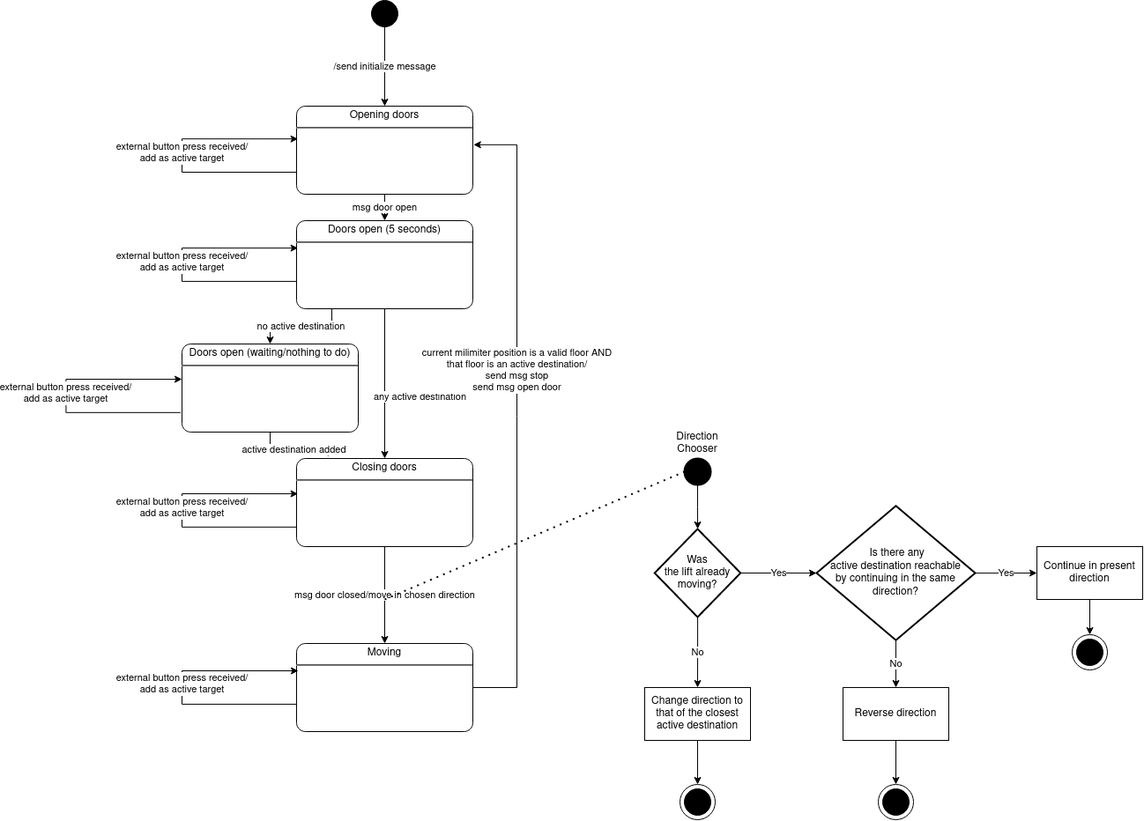
Earlier version of the draw.io export arquitetura/Thread LiftN.png (rardiol/P2020_02_embarcados_final). Source tidied: cells renumbered, new cells last; positions are measured from the earlier drawing's top-left corner, leaving out a move shared by most shapes.
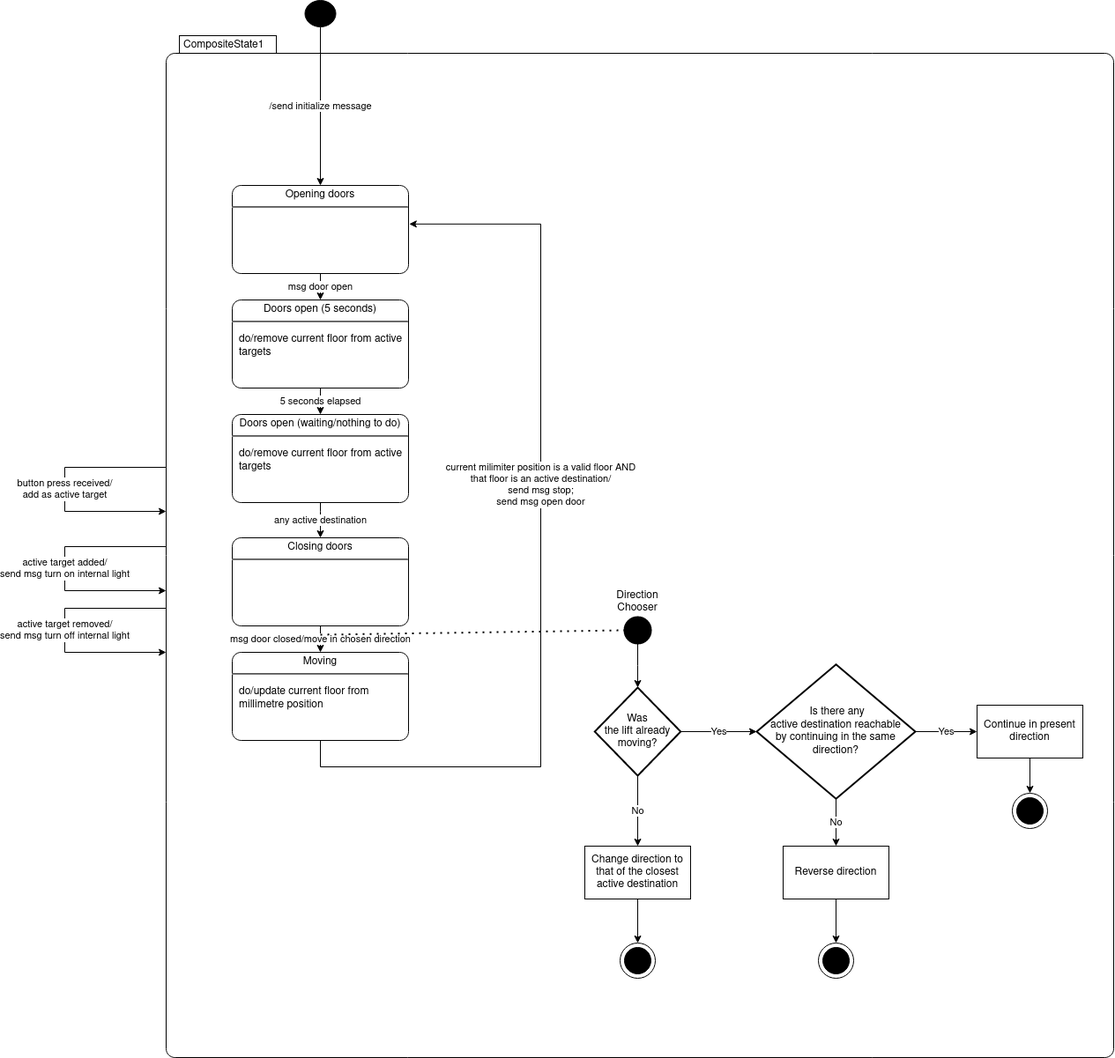
Above is the later version.

The edit, as a diff of the source:
```diff
@@ -2,106 +2,73 @@
   <root>
     <mxCell id="0" />
     <mxCell id="1" parent="0" />
+    <mxCell id="38" value="&lt;div&gt;button press received/&lt;/div&gt;&lt;div&gt;add as active target&lt;/div&gt;" style="edgeStyle=orthogonalEdgeStyle;rounded=0;jettySize=auto;html=1;" parent="1" edge="1" source="39">
+      <mxGeometry relative="1" as="geometry">
+        <mxPoint x="182" y="400" as="targetPoint" />
+        <Array as="points">
+          <mxPoint x="67" y="350" />
+          <mxPoint x="67" y="400" />
+        </Array>
+      </mxGeometry>
+    </mxCell>
+    <mxCell id="39" value="CompositeState1" style="shape=mxgraph.sysml.compState;html=1;align=left;verticalAlign=top;spacingTop=-3;spacingLeft=18;" parent="1" vertex="1">
+      <mxGeometry x="182" y="-140" width="1075" height="1160" as="geometry" />
+    </mxCell>
     <mxCell id="2" value="msg door open" style="edgeStyle=orthogonalEdgeStyle;rounded=0;jettySize=auto;html=1;entryX=0.5;entryY=0;entryDx=0;entryDy=0;entryPerimeter=0;" parent="1" edge="1" source="3" target="8">
       <mxGeometry relative="1" as="geometry" />
     </mxCell>
     <mxCell id="3" value="&lt;p style=&quot;margin: 0px ; margin-top: 4px ; text-align: center&quot;&gt;Opening doors&lt;br&gt;&lt;/p&gt;&lt;hr&gt;&lt;p&gt;&lt;/p&gt;&lt;p style=&quot;margin: 0px ; margin-left: 8px ; text-align: left&quot;&gt;&lt;br&gt;&lt;/p&gt;" style="shape=mxgraph.sysml.simpleState;html=1;overflow=fill;whiteSpace=wrap;align=center;" parent="1" vertex="1">
-      <mxGeometry x="262" y="120" width="200" height="100" as="geometry" />
+      <mxGeometry x="257" y="30" width="200" height="100" as="geometry" />
     </mxCell>
     <mxCell id="4" value="msg door closed/move in chosen direction" style="edgeStyle=orthogonalEdgeStyle;rounded=0;jettySize=auto;html=1;" parent="1" edge="1" source="5" target="12">
       <mxGeometry relative="1" as="geometry" />
     </mxCell>
     <mxCell id="5" value="&lt;p style=&quot;margin: 0px ; margin-top: 4px ; text-align: center&quot;&gt;Closing doors&lt;br&gt;&lt;/p&gt;&lt;hr&gt;&lt;p&gt;&lt;/p&gt;&lt;p style=&quot;margin: 0px ; margin-left: 8px ; text-align: left&quot;&gt;&lt;br&gt;&lt;/p&gt;" style="shape=mxgraph.sysml.simpleState;html=1;overflow=fill;whiteSpace=wrap;align=center;" parent="1" vertex="1">
-      <mxGeometry x="262" y="520" width="200" height="100" as="geometry" />
+      <mxGeometry x="257" y="430" width="200" height="100" as="geometry" />
     </mxCell>
-    <mxCell id="6" value="no active destination" style="edgeStyle=orthogonalEdgeStyle;rounded=0;jettySize=auto;html=1;" parent="1" edge="1" source="8" target="10">
+    <mxCell id="6" value="5 seconds elapsed" style="edgeStyle=orthogonalEdgeStyle;rounded=0;jettySize=auto;html=1;entryX=0.5;entryY=0;entryDx=0;entryDy=0;entryPerimeter=0;" parent="1" edge="1" source="8" target="10">
       <mxGeometry relative="1" as="geometry">
         <Array as="points">
-          <mxPoint x="302" y="370" />
-          <mxPoint x="232" y="370" />
+          <mxPoint x="357" y="290" />
+          <mxPoint x="357" y="290" />
         </Array>
       </mxGeometry>
     </mxCell>
-    <mxCell id="7" value="any active destination" style="edgeStyle=orthogonalEdgeStyle;rounded=0;jettySize=auto;html=1;entryX=0.5;entryY=0;entryDx=0;entryDy=0;entryPerimeter=0;" parent="1" edge="1" source="8" target="5">
-      <mxGeometry x="0.18" y="40" relative="1" as="geometry" />
-    </mxCell>
-    <mxCell id="8" value="&lt;p style=&quot;margin: 0px ; margin-top: 4px ; text-align: center&quot;&gt;Doors open (5 seconds)&lt;br&gt;&lt;/p&gt;&lt;hr&gt;&lt;p&gt;&lt;/p&gt;&lt;p style=&quot;margin: 0px ; margin-left: 8px ; text-align: left&quot;&gt;&lt;br&gt;&lt;/p&gt;" style="shape=mxgraph.sysml.simpleState;html=1;overflow=fill;whiteSpace=wrap;align=center;" parent="1" vertex="1">
-      <mxGeometry x="262" y="250" width="200" height="100" as="geometry" />
+    <mxCell id="8" value="&lt;p style=&quot;margin: 0px ; margin-top: 4px ; text-align: center&quot;&gt;Doors open (5 seconds)&lt;br&gt;&lt;/p&gt;&lt;hr&gt;&lt;p&gt;&lt;/p&gt;&lt;p style=&quot;margin: 0px ; margin-left: 8px ; text-align: left&quot;&gt;do/remove current floor from active targets&lt;br&gt;&lt;/p&gt;" style="shape=mxgraph.sysml.simpleState;html=1;overflow=fill;whiteSpace=wrap;align=center;" parent="1" vertex="1">
+      <mxGeometry x="257" y="160" width="200" height="100" as="geometry" />
     </mxCell>
-    <mxCell id="9" value="active destination added" style="edgeStyle=orthogonalEdgeStyle;rounded=0;jettySize=auto;html=1;entryX=0.179;entryY=-0.02;entryDx=0;entryDy=0;entryPerimeter=0;" parent="1" edge="1" source="10" target="5">
-      <mxGeometry relative="1" as="geometry" />
+    <mxCell id="9" value="any active destination" style="edgeStyle=orthogonalEdgeStyle;rounded=0;jettySize=auto;html=1;entryX=0.5;entryY=0;entryDx=0;entryDy=0;entryPerimeter=0;" parent="1" edge="1" source="10" target="5">
+      <mxGeometry relative="1" as="geometry">
+        <Array as="points">
+          <mxPoint x="357" y="400" />
+          <mxPoint x="357" y="400" />
+        </Array>
+      </mxGeometry>
     </mxCell>
-    <mxCell id="10" value="&lt;p style=&quot;margin: 0px ; margin-top: 4px ; text-align: center&quot;&gt;Doors open (waiting/nothing to do)&lt;br&gt;&lt;/p&gt;&lt;hr&gt;&lt;p&gt;&lt;/p&gt;&lt;p style=&quot;margin: 0px ; margin-left: 8px ; text-align: left&quot;&gt;&lt;br&gt;&lt;/p&gt;" style="shape=mxgraph.sysml.simpleState;html=1;overflow=fill;whiteSpace=wrap;align=center;" parent="1" vertex="1">
-      <mxGeometry x="132" y="390" width="200" height="100" as="geometry" />
+    <mxCell id="10" value="&lt;p style=&quot;margin: 0px ; margin-top: 4px ; text-align: center&quot;&gt;Doors open (waiting/nothing to do)&lt;br&gt;&lt;/p&gt;&lt;hr&gt;&lt;p&gt;&lt;/p&gt;&lt;p style=&quot;margin: 0px ; margin-left: 8px ; text-align: left&quot;&gt;do/remove current floor from active targets&lt;/p&gt;" style="shape=mxgraph.sysml.simpleState;html=1;overflow=fill;whiteSpace=wrap;align=center;" parent="1" vertex="1">
+      <mxGeometry x="257" y="290" width="200" height="100" as="geometry" />
     </mxCell>
-    <mxCell id="11" value="&lt;div&gt;current milimiter position is a valid floor AND&lt;/div&gt;&lt;div&gt; that floor is an active destination/&lt;/div&gt;&lt;div&gt;send msg stop&lt;/div&gt;&lt;div&gt;send msg open door&lt;br&gt;&lt;/div&gt;" style="edgeStyle=orthogonalEdgeStyle;rounded=0;jettySize=auto;html=1;entryX=1.004;entryY=0.438;entryDx=0;entryDy=0;entryPerimeter=0;" parent="1" edge="1" source="12" target="3">
+    <mxCell id="11" value="&lt;div&gt;current milimiter position is a valid floor AND&lt;/div&gt;&lt;div&gt; that floor is an active destination/&lt;/div&gt;&lt;div&gt;send msg stop;&lt;/div&gt;&lt;div&gt;send msg open door&lt;br&gt;&lt;/div&gt;" style="edgeStyle=orthogonalEdgeStyle;rounded=0;jettySize=auto;html=1;entryX=1.004;entryY=0.438;entryDx=0;entryDy=0;entryPerimeter=0;" parent="1" edge="1" source="12" target="3">
       <mxGeometry x="0.15" relative="1" as="geometry">
         <Array as="points">
-          <mxPoint x="512" y="780" />
-          <mxPoint x="512" y="164" />
+          <mxPoint x="357" y="690" />
+          <mxPoint x="607" y="690" />
+          <mxPoint x="607" y="74" />
         </Array>
       </mxGeometry>
     </mxCell>
-    <mxCell id="12" value="&lt;p style=&quot;margin: 0px ; margin-top: 4px ; text-align: center&quot;&gt;Moving&lt;/p&gt;&lt;hr&gt;&lt;p&gt;&lt;/p&gt;&lt;p style=&quot;margin: 0px ; margin-left: 8px ; text-align: left&quot;&gt;&lt;br&gt;&lt;/p&gt;" style="shape=mxgraph.sysml.simpleState;html=1;overflow=fill;whiteSpace=wrap;align=center;" parent="1" vertex="1">
-      <mxGeometry x="262" y="730" width="200" height="100" as="geometry" />
+    <mxCell id="12" value="&lt;p style=&quot;margin: 0px ; margin-top: 4px ; text-align: center&quot;&gt;Moving&lt;/p&gt;&lt;hr&gt;&lt;p&gt;&lt;/p&gt;&lt;p style=&quot;margin: 0px ; margin-left: 8px ; text-align: left&quot;&gt;do/update current floor from millimetre position&lt;br&gt;&lt;/p&gt;" style="shape=mxgraph.sysml.simpleState;html=1;overflow=fill;whiteSpace=wrap;align=center;" parent="1" vertex="1">
+      <mxGeometry x="257" y="560" width="200" height="100" as="geometry" />
     </mxCell>
     <mxCell id="13" value="/send initialize message" style="edgeStyle=orthogonalEdgeStyle;rounded=0;jettySize=auto;html=1;" parent="1" edge="1" source="14" target="3">
       <mxGeometry relative="1" as="geometry" />
     </mxCell>
     <mxCell id="14" style="shape=ellipse;html=1;fillColor=#000000;verticalLabelPosition=bottom;labelBackgroundColor=#ffffff;verticalAlign=top;" parent="1" vertex="1">
-      <mxGeometry x="347" width="30" height="30" as="geometry" />
+      <mxGeometry x="339.5" y="-180" width="35" height="30" as="geometry" />
     </mxCell>
-    <mxCell id="15" value="&lt;div&gt;external button press received/&lt;/div&gt;&lt;div&gt;add as active target&lt;br&gt;&lt;/div&gt;" style="edgeStyle=orthogonalEdgeStyle;rounded=0;orthogonalLoop=1;jettySize=auto;html=1;entryX=0.008;entryY=0.372;entryDx=0;entryDy=0;entryPerimeter=0;exitX=0;exitY=0.75;exitDx=0;exitDy=0;exitPerimeter=0;" parent="1" edge="1" source="3" target="3">
-      <mxGeometry x="0.02" relative="1" as="geometry">
-        <Array as="points">
-          <mxPoint x="132" y="195" />
-          <mxPoint x="132" y="157" />
-        </Array>
-      </mxGeometry>
-    </mxCell>
-    <mxCell id="16" value="&lt;div&gt;external button press received/&lt;/div&gt;&lt;div&gt;add as active target&lt;br&gt;&lt;/div&gt;" style="edgeStyle=orthogonalEdgeStyle;rounded=0;orthogonalLoop=1;jettySize=auto;html=1;entryX=0.008;entryY=0.372;entryDx=0;entryDy=0;entryPerimeter=0;exitX=0;exitY=0.75;exitDx=0;exitDy=0;exitPerimeter=0;" parent="1" edge="1">
-      <mxGeometry x="0.02" relative="1" as="geometry">
-        <mxPoint x="262" y="318.9" as="sourcePoint" />
-        <mxPoint x="263.6" y="281.1" as="targetPoint" />
-        <Array as="points">
-          <mxPoint x="132" y="318.9" />
-          <mxPoint x="132" y="280.9" />
-        </Array>
-      </mxGeometry>
-    </mxCell>
-    <mxCell id="17" value="&lt;div&gt;external button press received/&lt;/div&gt;&lt;div&gt;add as active target&lt;br&gt;&lt;/div&gt;" style="edgeStyle=orthogonalEdgeStyle;rounded=0;orthogonalLoop=1;jettySize=auto;html=1;entryX=0.008;entryY=0.372;entryDx=0;entryDy=0;entryPerimeter=0;exitX=0;exitY=0.75;exitDx=0;exitDy=0;exitPerimeter=0;" parent="1" edge="1">
-      <mxGeometry x="0.02" relative="1" as="geometry">
-        <mxPoint x="130.4" y="467.8" as="sourcePoint" />
-        <mxPoint x="132" y="430" as="targetPoint" />
-        <Array as="points">
-          <mxPoint x="0.4" y="467.8" />
-          <mxPoint x="0.4" y="429.8" />
-        </Array>
-      </mxGeometry>
-    </mxCell>
-    <mxCell id="18" value="&lt;div&gt;external button press received/&lt;/div&gt;&lt;div&gt;add as active target&lt;br&gt;&lt;/div&gt;" style="edgeStyle=orthogonalEdgeStyle;rounded=0;orthogonalLoop=1;jettySize=auto;html=1;entryX=0.008;entryY=0.372;entryDx=0;entryDy=0;entryPerimeter=0;exitX=0;exitY=0.75;exitDx=0;exitDy=0;exitPerimeter=0;" parent="1" edge="1">
-      <mxGeometry x="0.02" relative="1" as="geometry">
-        <mxPoint x="262" y="597.8" as="sourcePoint" />
-        <mxPoint x="263.6" y="560" as="targetPoint" />
-        <Array as="points">
-          <mxPoint x="132" y="597.8" />
-          <mxPoint x="132" y="559.8" />
-        </Array>
-      </mxGeometry>
-    </mxCell>
-    <mxCell id="19" value="&lt;div&gt;external button press received/&lt;/div&gt;&lt;div&gt;add as active target&lt;br&gt;&lt;/div&gt;" style="edgeStyle=orthogonalEdgeStyle;rounded=0;orthogonalLoop=1;jettySize=auto;html=1;exitX=0;exitY=0.75;exitDx=0;exitDy=0;exitPerimeter=0;" parent="1" edge="1">
-      <mxGeometry x="0.02" relative="1" as="geometry">
-        <mxPoint x="262" y="798.9" as="sourcePoint" />
-        <mxPoint x="264" y="761" as="targetPoint" />
-        <Array as="points">
-          <mxPoint x="132" y="798.9" />
-          <mxPoint x="132" y="760.9" />
-        </Array>
-      </mxGeometry>
-    </mxCell>
     <mxCell id="20" style="endArrow=none;dashed=1;html=1;dashPattern=1 3;strokeWidth=2;entryX=0;entryY=0.5;entryDx=0;entryDy=0;entryPerimeter=0;" parent="1" edge="1" target="22">
       <mxGeometry relative="1" as="geometry">
-        <mxPoint x="362" y="680" as="sourcePoint" />
+        <mxPoint x="357" y="540" as="sourcePoint" />
       </mxGeometry>
     </mxCell>
     <mxCell id="21" style="edgeStyle=orthogonalEdgeStyle;rounded=0;jettySize=auto;html=1;fontColor=#000000;" parent="1" edge="1" source="22" target="25">
@@ -155,5 +122,25 @@
     <mxCell id="37" value="Change direction to that of the closest active destination" style="rounded=0;whiteSpace=wrap;html=1;" parent="1" vertex="1">
       <mxGeometry x="657" y="780" width="120" height="60" as="geometry" />
     </mxCell>
+    <mxCell id="40" value="&lt;div&gt;active target added/&lt;/div&gt;&lt;div&gt;send msg turn on internal light&lt;/div&gt;" style="edgeStyle=orthogonalEdgeStyle;rounded=0;orthogonalLoop=1;jettySize=auto;html=1;" parent="1" edge="1">
+      <mxGeometry relative="1" as="geometry">
+        <mxPoint x="182" y="440" as="sourcePoint" />
+        <mxPoint x="182" y="490" as="targetPoint" />
+        <Array as="points">
+          <mxPoint x="67" y="440" />
+          <mxPoint x="67" y="490" />
+        </Array>
+      </mxGeometry>
+    </mxCell>
+    <mxCell id="41" value="&lt;div&gt;&lt;div&gt;active target removed/&lt;/div&gt;&lt;/div&gt;send msg turn off internal light" style="edgeStyle=orthogonalEdgeStyle;rounded=0;orthogonalLoop=1;jettySize=auto;html=1;" parent="1" edge="1">
+      <mxGeometry relative="1" as="geometry">
+        <mxPoint x="182" y="510" as="sourcePoint" />
+        <mxPoint x="182" y="560" as="targetPoint" />
+        <Array as="points">
+          <mxPoint x="67" y="510" />
+          <mxPoint x="67" y="560" />
+        </Array>
+      </mxGeometry>
+    </mxCell>
   </root>
 </mxGraphModel>
```
